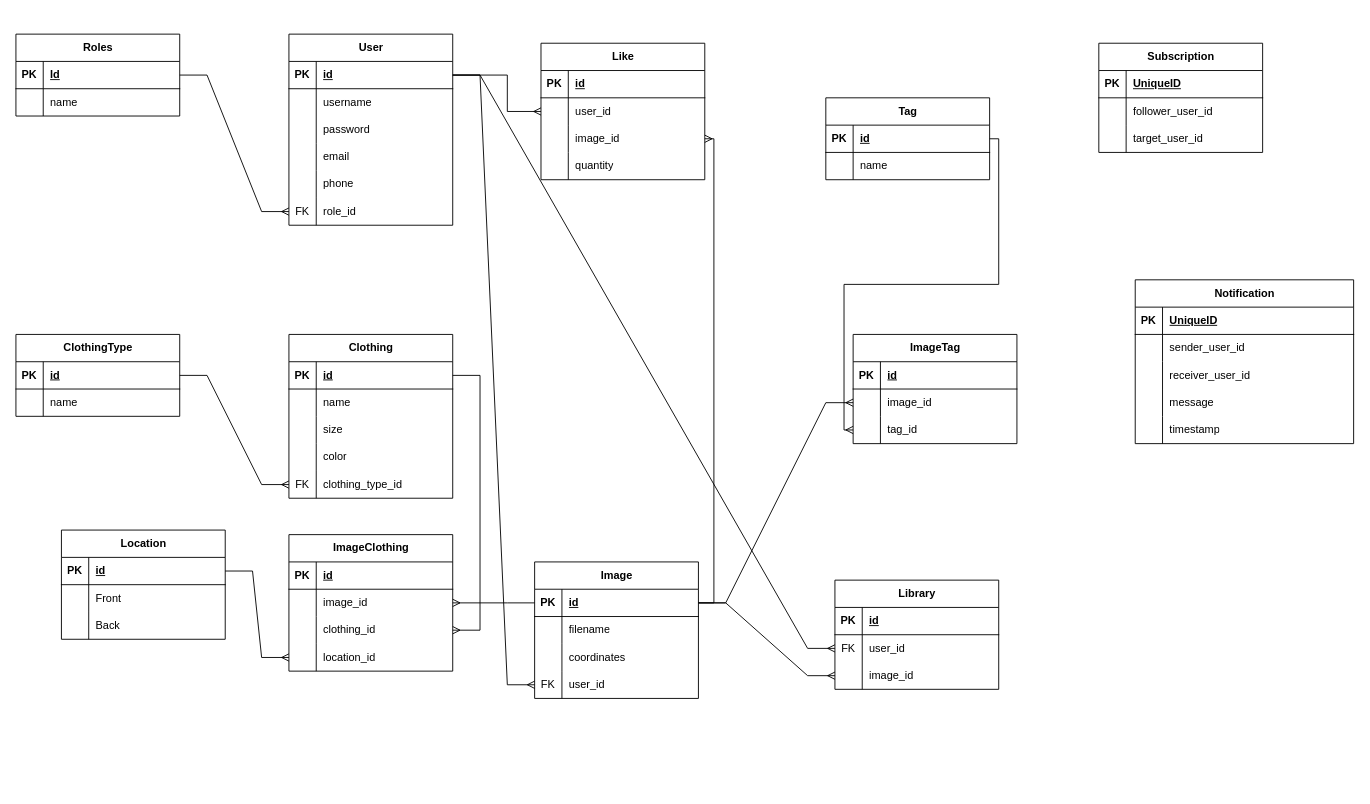
This is Components for the project/NewDB.drawio from KoleaRussu/web2-2023, a draw.io file, before an edit. Source tidied: cells renumbered, new cells numbered last; positions are measured from the earlier drawing's top-left corner, leaving out a move shared by most shapes. Both pictures are drawn from the tidied source at 91%, with x=0, y=0 at pixel (15, 34).
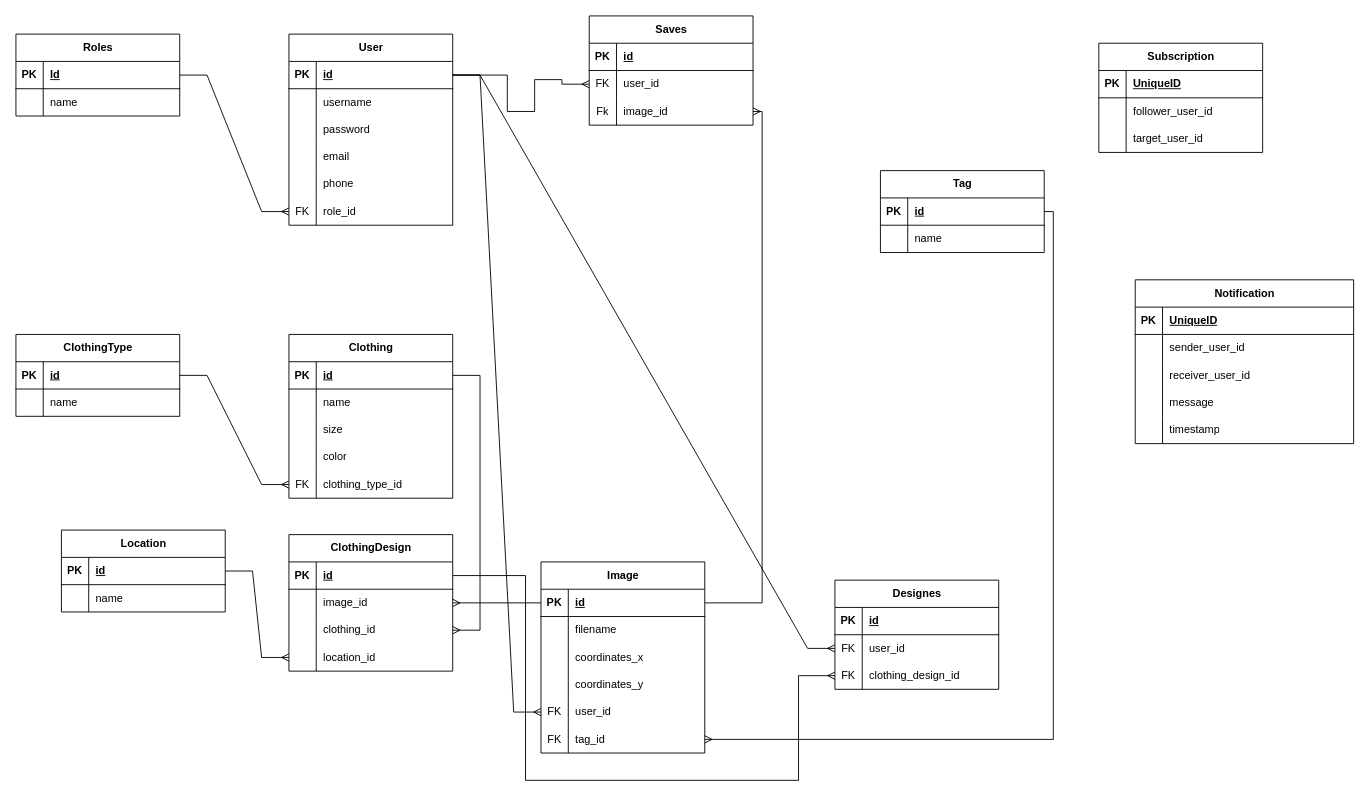
The same page after the edit.

Unchanged cells that the change refers to:
```xml
<mxCell id="3" style="shape=tableRow;horizontal=0;startSize=0;swimlaneHead=0;swimlaneBody=0;fillColor=none;points=[[0,0.5],[1,0.5]];portConstraint=eastwest;top=0;left=0;right=0;bottom=1;" parent="2" vertex="1">
  <mxGeometry y="30" width="180" height="30" as="geometry" />
</mxCell>
<mxCell id="54" style="shape=tableRow;horizontal=0;startSize=0;swimlaneHead=0;swimlaneBody=0;fillColor=none;points=[[0,0.5],[1,0.5]];portConstraint=eastwest;top=0;left=0;right=0;bottom=1;" parent="53" vertex="1">
  <mxGeometry y="30" width="180" height="30" as="geometry" />
</mxCell>
<mxCell id="60" style="shape=tableRow;horizontal=0;startSize=0;swimlaneHead=0;swimlaneBody=0;fillColor=none;top=0;left=0;right=0;bottom=0;" parent="53" vertex="1">
  <mxGeometry y="90" width="180" height="30" as="geometry" />
</mxCell>
<mxCell id="63" style="shape=tableRow;horizontal=0;startSize=0;swimlaneHead=0;swimlaneBody=0;fillColor=none;points=[[0,0.5],[1,0.5]];portConstraint=eastwest;top=0;left=0;right=0;bottom=0;" parent="53" vertex="1">
  <mxGeometry y="120" width="180" height="30" as="geometry" />
</mxCell>
<mxCell id="68" style="shape=tableRow;horizontal=0;startSize=0;swimlaneHead=0;swimlaneBody=0;fillColor=none;points=[[0,0.5],[1,0.5]];portConstraint=eastwest;top=0;left=0;right=0;bottom=1;" parent="67" vertex="1">
  <mxGeometry y="30" width="180" height="30" as="geometry" />
</mxCell>
<mxCell id="84" style="shape=tableRow;horizontal=0;startSize=0;swimlaneHead=0;swimlaneBody=0;fillColor=none;top=0;left=0;right=0;bottom=0;" parent="80" vertex="1">
  <mxGeometry y="60" width="180" height="30" as="geometry" />
</mxCell>
<mxCell id="94" style="shape=tableRow;horizontal=0;startSize=0;swimlaneHead=0;swimlaneBody=0;fillColor=none;points=[[0,0.5],[1,0.5]];portConstraint=eastwest;top=0;left=0;right=0;bottom=1;" parent="93" vertex="1">
  <mxGeometry y="30" width="180" height="30" as="geometry" />
</mxCell>
<mxCell id="116" style="shape=tableRow;horizontal=0;startSize=0;swimlaneHead=0;swimlaneBody=0;fillColor=none;points=[[0,0.5],[1,0.5]];portConstraint=eastwest;top=0;left=0;right=0;bottom=0;" parent="112" vertex="1">
  <mxGeometry y="60" width="180" height="30" as="geometry" />
</mxCell>
<mxCell id="119" style="shape=tableRow;horizontal=0;startSize=0;swimlaneHead=0;swimlaneBody=0;fillColor=none;points=[[0,0.5],[1,0.5]];portConstraint=eastwest;top=0;left=0;right=0;bottom=0;" parent="112" vertex="1">
  <mxGeometry y="90" width="180" height="30" as="geometry" />
</mxCell>
<mxCell id="134" style="shape=tableRow;horizontal=0;startSize=0;swimlaneHead=0;swimlaneBody=0;fillColor=none;points=[[0,0.5],[1,0.5]];portConstraint=eastwest;top=0;left=0;right=0;bottom=0;" parent="127" vertex="1">
  <mxGeometry y="90" width="180" height="30" as="geometry" />
</mxCell>
```

Change to the diagram source:
```diff
@@
     <mxCell id="53" value="Image " style="shape=table;startSize=30;childLayout=tableLayout;rowLines=0;fontStyle=1;align=center;html=1;" parent="1" vertex="1">
-      <mxGeometry x="570" y="580" width="180" height="150" as="geometry" />
+      <mxGeometry x="577" y="580" width="180" height="210" as="geometry" />
     </mxCell>
@@
-    <mxCell id="62" value="coordinates" style="shape=partialRectangle;fillColor=none;top=0;left=0;bottom=0;right=0;align=left;spacingLeft=6;overflow=hidden;whiteSpace=wrap;html=1;" parent="60" vertex="1">
+    <mxCell id="62" value="coordinates_x" style="shape=partialRectangle;fillColor=none;top=0;left=0;bottom=0;right=0;align=left;spacingLeft=6;overflow=hidden;whiteSpace=wrap;html=1;" parent="60" vertex="1">
       <mxGeometry x="30" width="150" height="30" as="geometry" />
     </mxCell>
@@
-    <mxCell id="64" value="FK" style="shape=partialRectangle;fillColor=none;top=0;left=0;bottom=0;right=0;overflow=hidden;whiteSpace=wrap;html=1;" parent="63" vertex="1">
+    <mxCell id="64" style="shape=partialRectangle;fillColor=none;top=0;left=0;bottom=0;right=0;overflow=hidden;whiteSpace=wrap;html=1;" parent="63" vertex="1">
       <mxGeometry width="30" height="30" as="geometry" />
     </mxCell>
-    <mxCell id="65" value="user_id" style="shape=partialRectangle;fillColor=none;top=0;left=0;bottom=0;right=0;align=left;spacingLeft=6;overflow=hidden;whiteSpace=wrap;html=1;" parent="63" vertex="1">
+    <mxCell id="65" value="coordinates_y" style="shape=partialRectangle;fillColor=none;top=0;left=0;bottom=0;right=0;align=left;spacingLeft=6;overflow=hidden;whiteSpace=wrap;html=1;" parent="63" vertex="1">
       <mxGeometry x="30" width="150" height="30" as="geometry" />
     </mxCell>
+    <mxCell id="165" style="shape=tableRow;horizontal=0;startSize=0;swimlaneHead=0;swimlaneBody=0;fillColor=none;points=[[0,0.5],[1,0.5]];portConstraint=eastwest;top=0;left=0;right=0;bottom=0;" parent="53" vertex="1">
+      <mxGeometry y="150" width="180" height="30" as="geometry" />
+    </mxCell>
+    <mxCell id="166" value="FK" style="shape=partialRectangle;fillColor=none;top=0;left=0;bottom=0;right=0;overflow=hidden;whiteSpace=wrap;html=1;" parent="165" vertex="1">
+      <mxGeometry width="30" height="30" as="geometry" />
+    </mxCell>
+    <mxCell id="167" value="user_id" style="shape=partialRectangle;fillColor=none;top=0;left=0;bottom=0;right=0;align=left;spacingLeft=6;overflow=hidden;whiteSpace=wrap;html=1;" parent="165" vertex="1">
+      <mxGeometry x="30" width="150" height="30" as="geometry" />
+    </mxCell>
+    <mxCell id="168" style="shape=tableRow;horizontal=0;startSize=0;swimlaneHead=0;swimlaneBody=0;fillColor=none;points=[[0,0.5],[1,0.5]];portConstraint=eastwest;top=0;left=0;right=0;bottom=0;" parent="53" vertex="1">
+      <mxGeometry y="180" width="180" height="30" as="geometry" />
+    </mxCell>
+    <mxCell id="169" value="FK" style="shape=partialRectangle;fillColor=none;top=0;left=0;bottom=0;right=0;overflow=hidden;whiteSpace=wrap;html=1;" parent="168" vertex="1">
+      <mxGeometry width="30" height="30" as="geometry" />
+    </mxCell>
+    <mxCell id="109" value="tag_id" style="shape=partialRectangle;fillColor=none;top=0;left=0;bottom=0;right=0;align=left;spacingLeft=6;overflow=hidden;whiteSpace=wrap;html=1;" parent="168" vertex="1">
+      <mxGeometry x="30" width="150" height="30" as="geometry" />
+    </mxCell>
-    <mxCell id="66" style="edgeStyle=entityRelationEdgeStyle;fontSize=12;html=1;endArrow=ERmany;rounded=0;exitX=1;exitY=0.5;exitDx=0;exitDy=0;entryX=0;entryY=0.5;entryDx=0;entryDy=0;" parent="1" edge="1" source="3" target="63">
+    <mxCell id="66" style="edgeStyle=entityRelationEdgeStyle;fontSize=12;html=1;endArrow=ERmany;rounded=0;exitX=1;exitY=0.5;exitDx=0;exitDy=0;entryX=0;entryY=0.5;entryDx=0;entryDy=0;" parent="1" edge="1" source="3" target="165">
       <mxGeometry relative="1" as="geometry" />
     </mxCell>
-    <mxCell id="67" value="ImageClothing " style="shape=table;startSize=30;childLayout=tableLayout;rowLines=0;fontStyle=1;align=center;html=1;" parent="1" vertex="1">
+    <mxCell id="67" value="ClothingDesign" style="shape=table;startSize=30;childLayout=tableLayout;rowLines=0;fontStyle=1;align=center;html=1;" parent="1" vertex="1">
       <mxGeometry x="300" y="550" width="180" height="150" as="geometry" />
     </mxCell>
@@
     <mxCell id="80" value="Location" style="shape=table;startSize=30;childLayout=tableLayout;rowLines=0;fontStyle=1;align=center;html=1;" parent="1" vertex="1">
-      <mxGeometry x="50" y="545" width="180" height="120" as="geometry" />
+      <mxGeometry x="50" y="545" width="180" height="90" as="geometry" />
     </mxCell>
@@
-    <mxCell id="86" value="Front" style="shape=partialRectangle;fillColor=none;top=0;left=0;bottom=0;right=0;align=left;spacingLeft=6;overflow=hidden;whiteSpace=wrap;html=1;" parent="84" vertex="1">
+    <mxCell id="86" value="name" style="shape=partialRectangle;fillColor=none;top=0;left=0;bottom=0;right=0;align=left;spacingLeft=6;overflow=hidden;whiteSpace=wrap;html=1;" parent="84" vertex="1">
       <mxGeometry x="30" width="150" height="30" as="geometry" />
     </mxCell>
-    <mxCell id="87" style="shape=tableRow;horizontal=0;startSize=0;swimlaneHead=0;swimlaneBody=0;fillColor=none;top=0;left=0;right=0;bottom=0;" parent="80" vertex="1">
-      <mxGeometry y="90" width="180" height="30" as="geometry" />
-    </mxCell>
-    <mxCell id="88" style="shape=partialRectangle;fillColor=none;top=0;left=0;bottom=0;right=0;overflow=hidden;whiteSpace=wrap;html=1;" parent="87" vertex="1">
-      <mxGeometry width="30" height="30" as="geometry" />
-    </mxCell>
-    <mxCell id="89" value="Back" style="shape=partialRectangle;fillColor=none;top=0;left=0;bottom=0;right=0;align=left;spacingLeft=6;overflow=hidden;whiteSpace=wrap;html=1;" parent="87" vertex="1">
-      <mxGeometry x="30" width="150" height="30" as="geometry" />
-    </mxCell>
@@
     <mxCell id="93" value="Tag" style="shape=table;startSize=30;childLayout=tableLayout;rowLines=0;fontStyle=1;align=center;html=1;" parent="1" vertex="1">
-      <mxGeometry x="890" y="70" width="180" height="90" as="geometry" />
+      <mxGeometry x="950" y="150" width="180" height="90" as="geometry" />
     </mxCell>
@@
-    <mxCell id="100" value="ImageTag " style="shape=table;startSize=30;childLayout=tableLayout;rowLines=0;fontStyle=1;align=center;html=1;" parent="1" vertex="1">
-      <mxGeometry x="920" y="330" width="180" height="120" as="geometry" />
-    </mxCell>
-    <mxCell id="101" style="shape=tableRow;horizontal=0;startSize=0;swimlaneHead=0;swimlaneBody=0;fillColor=none;top=0;left=0;right=0;bottom=1;" parent="100" vertex="1">
-      <mxGeometry y="30" width="180" height="30" as="geometry" />
-    </mxCell>
-    <mxCell id="102" value="PK" style="shape=partialRectangle;fillColor=none;top=0;left=0;bottom=0;right=0;fontStyle=1;overflow=hidden;whiteSpace=wrap;html=1;" parent="101" vertex="1">
-      <mxGeometry width="30" height="30" as="geometry" />
-    </mxCell>
-    <mxCell id="103" value="id" style="shape=partialRectangle;fillColor=none;top=0;left=0;bottom=0;right=0;align=left;spacingLeft=6;fontStyle=5;overflow=hidden;whiteSpace=wrap;html=1;" parent="101" vertex="1">
-      <mxGeometry x="30" width="150" height="30" as="geometry" />
-    </mxCell>
-    <mxCell id="104" style="shape=tableRow;horizontal=0;startSize=0;swimlaneHead=0;swimlaneBody=0;fillColor=none;points=[[0,0.5],[1,0.5]];portConstraint=eastwest;top=0;left=0;right=0;bottom=0;" parent="100" vertex="1">
-      <mxGeometry y="60" width="180" height="30" as="geometry" />
-    </mxCell>
-    <mxCell id="105" style="shape=partialRectangle;fillColor=none;top=0;left=0;bottom=0;right=0;overflow=hidden;whiteSpace=wrap;html=1;" parent="104" vertex="1">
-      <mxGeometry width="30" height="30" as="geometry" />
-    </mxCell>
-    <mxCell id="106" value="image_id " style="shape=partialRectangle;fillColor=none;top=0;left=0;bottom=0;right=0;align=left;spacingLeft=6;overflow=hidden;whiteSpace=wrap;html=1;" parent="104" vertex="1">
-      <mxGeometry x="30" width="150" height="30" as="geometry" />
-    </mxCell>
-    <mxCell id="107" style="shape=tableRow;horizontal=0;startSize=0;swimlaneHead=0;swimlaneBody=0;fillColor=none;points=[[0,0.5],[1,0.5]];portConstraint=eastwest;top=0;left=0;right=0;bottom=0;" parent="100" vertex="1">
-      <mxGeometry y="90" width="180" height="30" as="geometry" />
-    </mxCell>
-    <mxCell id="108" style="shape=partialRectangle;fillColor=none;top=0;left=0;bottom=0;right=0;overflow=hidden;whiteSpace=wrap;html=1;" parent="107" vertex="1">
-      <mxGeometry width="30" height="30" as="geometry" />
-    </mxCell>
-    <mxCell id="109" value="tag_id " style="shape=partialRectangle;fillColor=none;top=0;left=0;bottom=0;right=0;align=left;spacingLeft=6;overflow=hidden;whiteSpace=wrap;html=1;" parent="107" vertex="1">
-      <mxGeometry x="30" width="150" height="30" as="geometry" />
-    </mxCell>
-    <mxCell id="110" style="edgeStyle=entityRelationEdgeStyle;fontSize=12;html=1;endArrow=ERmany;rounded=0;entryX=0;entryY=0.5;entryDx=0;entryDy=0;exitX=1;exitY=0.5;exitDx=0;exitDy=0;" parent="1" edge="1" source="54" target="104">
-      <mxGeometry relative="1" as="geometry" />
-    </mxCell>
-    <mxCell id="111" style="fontSize=12;html=1;endArrow=ERmany;rounded=0;entryX=0;entryY=0.5;entryDx=0;entryDy=0;exitX=1;exitY=0.5;exitDx=0;exitDy=0;edgeStyle=orthogonalEdgeStyle;" parent="1" edge="1" source="94" target="107">
+    <mxCell id="111" style="fontSize=12;html=1;endArrow=ERmany;rounded=0;exitX=1;exitY=0.5;exitDx=0;exitDy=0;edgeStyle=orthogonalEdgeStyle;entryX=1;entryY=0.5;entryDx=0;entryDy=0;" parent="1" edge="1" source="94" target="168">
       <mxGeometry relative="1" as="geometry" />
     </mxCell>
-    <mxCell id="112" value="Like " style="shape=table;startSize=30;childLayout=tableLayout;rowLines=0;fontStyle=1;align=center;html=1;" parent="1" vertex="1">
-      <mxGeometry x="577" y="10" width="180" height="150" as="geometry" />
+    <mxCell id="112" value="Saves" style="shape=table;startSize=30;childLayout=tableLayout;rowLines=0;fontStyle=1;align=center;html=1;" parent="1" vertex="1">
+      <mxGeometry x="630" y="-20" width="180" height="120" as="geometry" />
     </mxCell>
@@
-    <mxCell id="117" style="shape=partialRectangle;fillColor=none;top=0;left=0;bottom=0;right=0;overflow=hidden;whiteSpace=wrap;html=1;" parent="116" vertex="1">
+    <mxCell id="117" value="FK" style="shape=partialRectangle;fillColor=none;top=0;left=0;bottom=0;right=0;overflow=hidden;whiteSpace=wrap;html=1;" parent="116" vertex="1">
       <mxGeometry width="30" height="30" as="geometry" />
     </mxCell>
@@
-    <mxCell id="120" style="shape=partialRectangle;fillColor=none;top=0;left=0;bottom=0;right=0;overflow=hidden;whiteSpace=wrap;html=1;" parent="119" vertex="1">
+    <mxCell id="120" value="Fk" style="shape=partialRectangle;fillColor=none;top=0;left=0;bottom=0;right=0;overflow=hidden;whiteSpace=wrap;html=1;" parent="119" vertex="1">
       <mxGeometry width="30" height="30" as="geometry" />
     </mxCell>
@@
-    <mxCell id="122" style="shape=tableRow;horizontal=0;startSize=0;swimlaneHead=0;swimlaneBody=0;fillColor=none;top=0;left=0;right=0;bottom=0;" parent="112" vertex="1">
-      <mxGeometry y="120" width="180" height="30" as="geometry" />
-    </mxCell>
-    <mxCell id="123" style="shape=partialRectangle;fillColor=none;top=0;left=0;bottom=0;right=0;overflow=hidden;whiteSpace=wrap;html=1;" parent="122" vertex="1">
-      <mxGeometry width="30" height="30" as="geometry" />
-    </mxCell>
-    <mxCell id="124" value="quantity" style="shape=partialRectangle;fillColor=none;top=0;left=0;bottom=0;right=0;align=left;spacingLeft=6;overflow=hidden;whiteSpace=wrap;html=1;" parent="122" vertex="1">
-      <mxGeometry x="30" width="150" height="30" as="geometry" />
-    </mxCell>
@@
     <mxCell id="126" style="fontSize=12;html=1;endArrow=ERmany;rounded=0;entryX=0;entryY=0.5;entryDx=0;entryDy=0;exitX=1;exitY=0.5;exitDx=0;exitDy=0;edgeStyle=orthogonalEdgeStyle;" parent="1" edge="1" source="3" target="116">
       <mxGeometry relative="1" as="geometry">
         <Array as="points">
           <mxPoint x="540" y="45" />
           <mxPoint x="540" y="85" />
+          <mxPoint x="570" y="85" />
+          <mxPoint x="570" y="50" />
+          <mxPoint x="600" y="50" />
+          <mxPoint x="600" y="55" />
         </Array>
       </mxGeometry>
     </mxCell>
-    <mxCell id="127" value="Library" style="shape=table;startSize=30;childLayout=tableLayout;rowLines=0;fontStyle=1;align=center;html=1;" parent="1" vertex="1">
+    <mxCell id="127" value="Designes" style="shape=table;startSize=30;childLayout=tableLayout;rowLines=0;fontStyle=1;align=center;html=1;" parent="1" vertex="1">
       <mxGeometry x="900" y="600" width="180" height="120" as="geometry" />
     </mxCell>
@@
-    <mxCell id="135" style="shape=partialRectangle;fillColor=none;top=0;left=0;bottom=0;right=0;overflow=hidden;whiteSpace=wrap;html=1;" parent="134" vertex="1">
+    <mxCell id="135" value="FK" style="shape=partialRectangle;fillColor=none;top=0;left=0;bottom=0;right=0;overflow=hidden;whiteSpace=wrap;html=1;" parent="134" vertex="1">
       <mxGeometry width="30" height="30" as="geometry" />
     </mxCell>
-    <mxCell id="136" value="image_id" style="shape=partialRectangle;fillColor=none;top=0;left=0;bottom=0;right=0;align=left;spacingLeft=6;overflow=hidden;whiteSpace=wrap;html=1;" parent="134" vertex="1">
+    <mxCell id="136" value="clothing_design_id" style="shape=partialRectangle;fillColor=none;top=0;left=0;bottom=0;right=0;align=left;spacingLeft=6;overflow=hidden;whiteSpace=wrap;html=1;" parent="134" vertex="1">
       <mxGeometry x="30" width="150" height="30" as="geometry" />
     </mxCell>
@@
-    <mxCell id="138" style="edgeStyle=entityRelationEdgeStyle;fontSize=12;html=1;endArrow=ERmany;rounded=0;entryX=0;entryY=0.5;entryDx=0;entryDy=0;exitX=1;exitY=0.5;exitDx=0;exitDy=0;" parent="1" edge="1" source="54" target="134">
-      <mxGeometry relative="1" as="geometry" />
-    </mxCell>
@@
+    <mxCell id="170" style="fontSize=12;html=1;endArrow=ERmany;rounded=0;exitX=1;exitY=0.5;exitDx=0;exitDy=0;edgeStyle=orthogonalEdgeStyle;entryX=0;entryY=0.5;entryDx=0;entryDy=0;" parent="1" edge="1" source="68" target="134">
+      <mxGeometry relative="1" as="geometry">
+        <Array as="points">
+          <mxPoint x="560" y="595" />
+          <mxPoint x="560" y="820" />
+          <mxPoint x="860" y="820" />
+          <mxPoint x="860" y="705" />
+        </Array>
+      </mxGeometry>
+    </mxCell>
```
